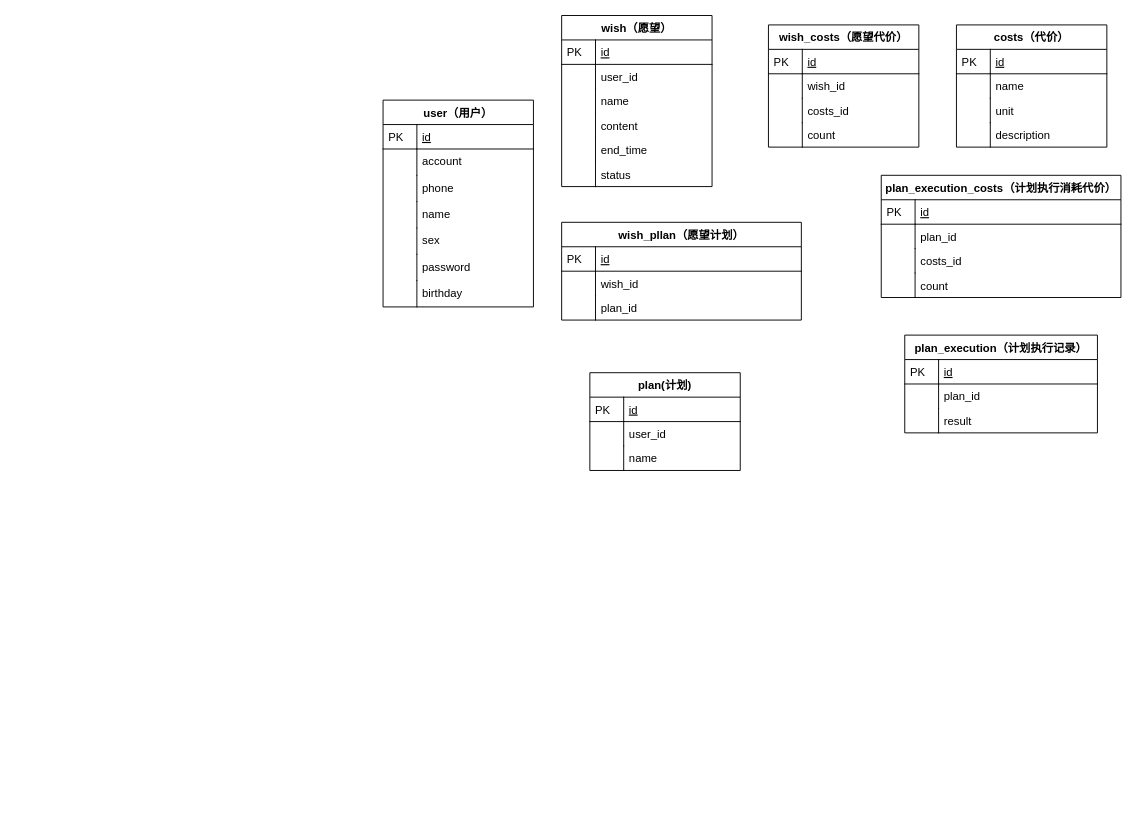
This is 人生管理系统.drawio from iceAcmen/myDesign, a draw.io file, before an edit. Source tidied: cells renumbered, new cells numbered last; positions are measured from the earlier drawing's top-left corner, leaving out a move shared by most shapes. Both pictures are drawn from the tidied source at 94%, with x=0, y=0 at pixel (383, 15).
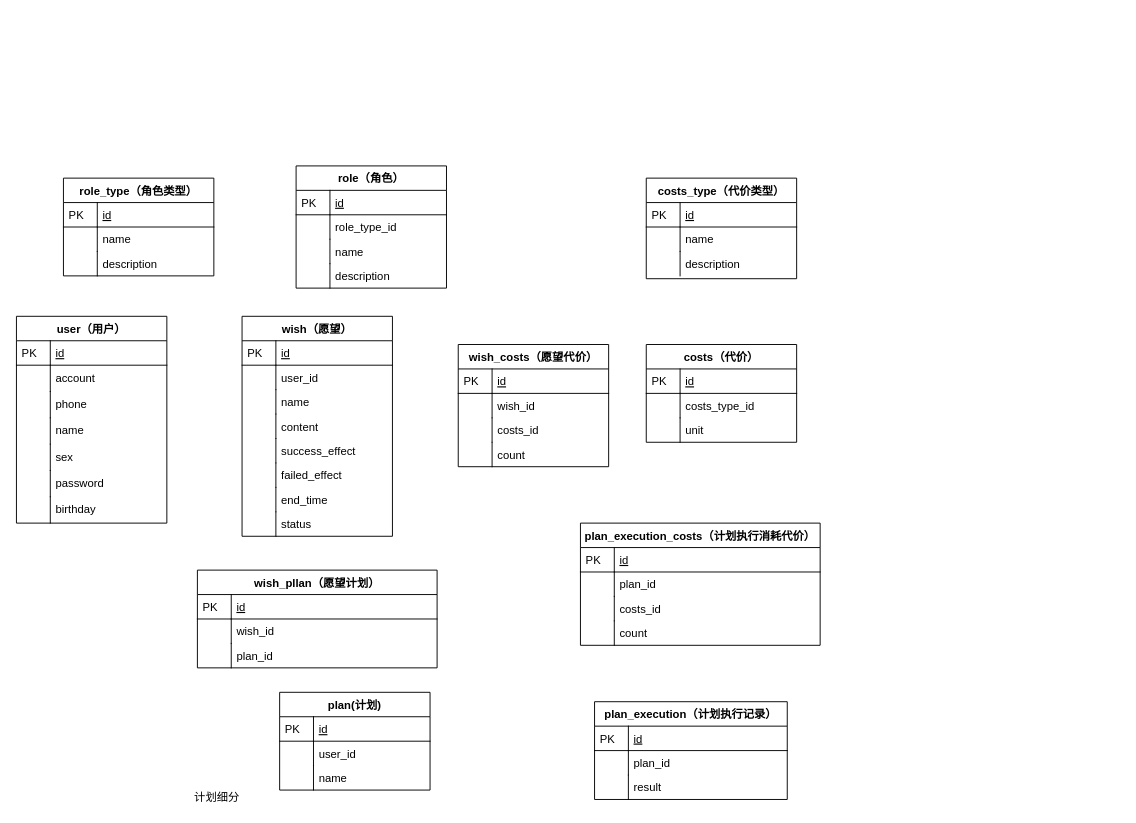
The same diagram, later.

Commit message (it also covers changes not shown here):
更新人生管理系统.drawio

Diff of the diagram source:
```diff
@@
     <mxCell id="2" value="user（用户）" style="swimlane;fontStyle=1;horizontal=1;startSize=26;rounded=0;shadow=0;strokeWidth=1;" parent="1" vertex="1">
-      <mxGeometry y="90" width="160" height="220" as="geometry" />
+      <mxGeometry x="-390" y="320" width="160" height="220" as="geometry" />
     </mxCell>
@@
     <mxCell id="17" value="plan(计划)" style="swimlane;fontStyle=1;horizontal=1;startSize=26;rounded=0;shadow=0;strokeWidth=1;" parent="1" vertex="1">
-      <mxGeometry x="220" y="380" width="160" height="104" as="geometry" />
+      <mxGeometry x="-110" y="720" width="160" height="104" as="geometry" />
     </mxCell>
@@
     <mxCell id="24" value="plan_execution（计划执行记录）" style="swimlane;fontStyle=1;horizontal=1;startSize=26;rounded=0;shadow=0;strokeWidth=1;" parent="1" vertex="1">
-      <mxGeometry x="555" y="340" width="205" height="104" as="geometry" />
+      <mxGeometry x="225" y="730" width="205" height="104" as="geometry" />
     </mxCell>
@@
     <mxCell id="31" value="wish（愿望）" style="swimlane;fontStyle=1;horizontal=1;startSize=26;rounded=0;shadow=0;strokeWidth=1;" parent="1" vertex="1">
-      <mxGeometry x="190" width="160" height="182" as="geometry" />
+      <mxGeometry x="-150" y="320" width="160" height="234" as="geometry" />
     </mxCell>
@@
+    <mxCell id="78" value="success_effect" style="shape=partialRectangle;top=0;left=0;right=0;bottom=0;align=left;verticalAlign=top;fillColor=none;spacingLeft=40;spacingRight=4;overflow=hidden;rounded=0;shadow=0;strokeWidth=1;" parent="31" vertex="1">
+      <mxGeometry y="130" width="160" height="26" as="geometry" />
+    </mxCell>
+    <mxCell id="79" style="shape=partialRectangle;top=0;left=0;bottom=0;fillColor=none;align=left;verticalAlign=top;spacingLeft=4;spacingRight=4;overflow=hidden;" parent="78" vertex="1">
+      <mxGeometry width="36" height="26" as="geometry" />
+    </mxCell>
+    <mxCell id="80" value="failed_effect" style="shape=partialRectangle;top=0;left=0;right=0;bottom=0;align=left;verticalAlign=top;fillColor=none;spacingLeft=40;spacingRight=4;overflow=hidden;rounded=0;shadow=0;strokeWidth=1;" parent="31" vertex="1">
+      <mxGeometry y="156" width="160" height="26" as="geometry" />
+    </mxCell>
+    <mxCell id="81" style="shape=partialRectangle;top=0;left=0;bottom=0;fillColor=none;align=left;verticalAlign=top;spacingLeft=4;spacingRight=4;overflow=hidden;" parent="80" vertex="1">
+      <mxGeometry width="36" height="26" as="geometry" />
+    </mxCell>
     <mxCell id="40" value="end_time" style="shape=partialRectangle;top=0;left=0;right=0;bottom=0;align=left;verticalAlign=top;fillColor=none;spacingLeft=40;spacingRight=4;overflow=hidden;rounded=0;shadow=0;strokeWidth=1;" parent="31" vertex="1">
-      <mxGeometry y="130" width="160" height="26" as="geometry" />
+      <mxGeometry y="182" width="160" height="26" as="geometry" />
     </mxCell>
@@
     <mxCell id="42" value="status" style="shape=partialRectangle;top=0;left=0;right=0;bottom=0;align=left;verticalAlign=top;fillColor=none;spacingLeft=40;spacingRight=4;overflow=hidden;rounded=0;shadow=0;strokeWidth=1;" parent="31" vertex="1">
-      <mxGeometry y="156" width="160" height="26" as="geometry" />
+      <mxGeometry y="208" width="160" height="26" as="geometry" />
     </mxCell>
@@
     <mxCell id="44" value="costs（代价）" style="swimlane;fontStyle=1;horizontal=1;startSize=26;rounded=0;shadow=0;strokeWidth=1;" parent="1" vertex="1">
-      <mxGeometry x="610" y="10" width="160" height="130" as="geometry" />
+      <mxGeometry x="280" y="350" width="160" height="104" as="geometry" />
     </mxCell>
@@
-    <mxCell id="47" value="name" style="shape=partialRectangle;top=0;left=0;right=0;bottom=0;align=left;verticalAlign=top;fillColor=none;spacingLeft=40;spacingRight=4;overflow=hidden;rounded=0;shadow=0;strokeWidth=1;" parent="44" vertex="1">
+    <mxCell id="47" value="costs_type_id" style="shape=partialRectangle;top=0;left=0;right=0;bottom=0;align=left;verticalAlign=top;fillColor=none;spacingLeft=40;spacingRight=4;overflow=hidden;rounded=0;shadow=0;strokeWidth=1;" parent="44" vertex="1">
       <mxGeometry y="52" width="160" height="26" as="geometry" />
     </mxCell>
@@
-    <mxCell id="51" value="description" style="shape=partialRectangle;top=0;left=0;right=0;bottom=0;align=left;verticalAlign=top;fillColor=none;spacingLeft=40;spacingRight=4;overflow=hidden;rounded=0;shadow=0;strokeWidth=1;" parent="44" vertex="1">
-      <mxGeometry y="104" width="160" height="26" as="geometry" />
-    </mxCell>
-    <mxCell id="52" style="shape=partialRectangle;top=0;left=0;bottom=0;fillColor=none;align=left;verticalAlign=top;spacingLeft=4;spacingRight=4;overflow=hidden;" parent="51" vertex="1">
-      <mxGeometry width="36" height="26" as="geometry" />
-    </mxCell>
     <mxCell id="53" value="wish_costs（愿望代价）" style="swimlane;fontStyle=1;horizontal=1;startSize=26;rounded=0;shadow=0;strokeWidth=1;" parent="1" vertex="1">
-      <mxGeometry x="410" y="10" width="160" height="130" as="geometry" />
+      <mxGeometry x="80" y="350" width="160" height="130" as="geometry" />
     </mxCell>
@@
     <mxCell id="62" value="plan_execution_costs（计划执行消耗代价）" style="swimlane;fontStyle=1;horizontal=1;startSize=26;rounded=0;shadow=0;strokeWidth=1;" parent="1" vertex="1">
-      <mxGeometry x="530" y="170" width="255" height="130" as="geometry" />
+      <mxGeometry x="210" y="540" width="255" height="130" as="geometry" />
     </mxCell>
@@
     <mxCell id="71" value="wish_pllan（愿望计划）" style="swimlane;fontStyle=1;horizontal=1;startSize=26;rounded=0;shadow=0;strokeWidth=1;" parent="1" vertex="1">
-      <mxGeometry x="190" y="220" width="255" height="104" as="geometry" />
+      <mxGeometry x="-197.5" y="590" width="255" height="104" as="geometry" />
     </mxCell>
@@
+    <mxCell id="82" value="role（角色）" style="swimlane;fontStyle=1;horizontal=1;startSize=26;rounded=0;shadow=0;strokeWidth=1;" parent="1" vertex="1">
+      <mxGeometry x="-92.5" y="160" width="160" height="130" as="geometry" />
+    </mxCell>
+    <mxCell id="83" value="id" style="shape=partialRectangle;top=0;left=0;right=0;bottom=1;align=left;verticalAlign=top;fillColor=none;spacingLeft=40;spacingRight=4;overflow=hidden;rounded=0;shadow=0;strokeWidth=1;fontStyle=4;" parent="82" vertex="1">
+      <mxGeometry y="26" width="160" height="26" as="geometry" />
+    </mxCell>
+    <mxCell id="84" value="PK" style="shape=partialRectangle;top=0;left=0;bottom=0;fillColor=none;align=left;verticalAlign=top;spacingLeft=4;spacingRight=4;overflow=hidden;" parent="83" vertex="1">
+      <mxGeometry width="36" height="26" as="geometry" />
+    </mxCell>
+    <mxCell id="85" value="role_type_id" style="shape=partialRectangle;top=0;left=0;right=0;bottom=0;align=left;verticalAlign=top;fillColor=none;spacingLeft=40;spacingRight=4;overflow=hidden;rounded=0;shadow=0;strokeWidth=1;" parent="82" vertex="1">
+      <mxGeometry y="52" width="160" height="26" as="geometry" />
+    </mxCell>
+    <mxCell id="86" style="shape=partialRectangle;top=0;left=0;bottom=0;fillColor=none;align=left;verticalAlign=top;spacingLeft=4;spacingRight=4;overflow=hidden;" parent="85" vertex="1">
+      <mxGeometry width="36" height="26" as="geometry" />
+    </mxCell>
+    <mxCell id="87" value="name" style="shape=partialRectangle;top=0;left=0;right=0;bottom=0;align=left;verticalAlign=top;fillColor=none;spacingLeft=40;spacingRight=4;overflow=hidden;rounded=0;shadow=0;strokeWidth=1;" parent="82" vertex="1">
+      <mxGeometry y="78" width="160" height="26" as="geometry" />
+    </mxCell>
+    <mxCell id="88" style="shape=partialRectangle;top=0;left=0;bottom=0;fillColor=none;align=left;verticalAlign=top;spacingLeft=4;spacingRight=4;overflow=hidden;" parent="87" vertex="1">
+      <mxGeometry width="36" height="26" as="geometry" />
+    </mxCell>
+    <mxCell id="51" value="description" style="shape=partialRectangle;top=0;left=0;right=0;bottom=0;align=left;verticalAlign=top;fillColor=none;spacingLeft=40;spacingRight=4;overflow=hidden;rounded=0;shadow=0;strokeWidth=1;" parent="82" vertex="1">
+      <mxGeometry y="104" width="160" height="26" as="geometry" />
+    </mxCell>
+    <mxCell id="89" style="shape=partialRectangle;top=0;left=0;bottom=0;fillColor=none;align=left;verticalAlign=top;spacingLeft=4;spacingRight=4;overflow=hidden;" parent="51" vertex="1">
+      <mxGeometry width="36" height="26" as="geometry" />
+    </mxCell>
+    <mxCell id="90" value="role_type（角色类型）" style="swimlane;fontStyle=1;horizontal=1;startSize=26;rounded=0;shadow=0;strokeWidth=1;" parent="1" vertex="1">
+      <mxGeometry x="-340" y="173" width="160" height="104" as="geometry" />
+    </mxCell>
+    <mxCell id="91" value="id" style="shape=partialRectangle;top=0;left=0;right=0;bottom=1;align=left;verticalAlign=top;fillColor=none;spacingLeft=40;spacingRight=4;overflow=hidden;rounded=0;shadow=0;strokeWidth=1;fontStyle=4;" parent="90" vertex="1">
+      <mxGeometry y="26" width="160" height="26" as="geometry" />
+    </mxCell>
+    <mxCell id="92" value="PK" style="shape=partialRectangle;top=0;left=0;bottom=0;fillColor=none;align=left;verticalAlign=top;spacingLeft=4;spacingRight=4;overflow=hidden;" parent="91" vertex="1">
+      <mxGeometry width="36" height="26" as="geometry" />
+    </mxCell>
+    <mxCell id="93" value="name" style="shape=partialRectangle;top=0;left=0;right=0;bottom=0;align=left;verticalAlign=top;fillColor=none;spacingLeft=40;spacingRight=4;overflow=hidden;rounded=0;shadow=0;strokeWidth=1;" parent="90" vertex="1">
+      <mxGeometry y="52" width="160" height="26" as="geometry" />
+    </mxCell>
+    <mxCell id="94" style="shape=partialRectangle;top=0;left=0;bottom=0;fillColor=none;align=left;verticalAlign=top;spacingLeft=4;spacingRight=4;overflow=hidden;" parent="93" vertex="1">
+      <mxGeometry width="36" height="26" as="geometry" />
+    </mxCell>
+    <mxCell id="95" value="description" style="shape=partialRectangle;top=0;left=0;right=0;bottom=0;align=left;verticalAlign=top;fillColor=none;spacingLeft=40;spacingRight=4;overflow=hidden;rounded=0;shadow=0;strokeWidth=1;" parent="90" vertex="1">
+      <mxGeometry y="78" width="160" height="26" as="geometry" />
+    </mxCell>
+    <mxCell id="96" style="shape=partialRectangle;top=0;left=0;bottom=0;fillColor=none;align=left;verticalAlign=top;spacingLeft=4;spacingRight=4;overflow=hidden;" parent="95" vertex="1">
+      <mxGeometry width="36" height="26" as="geometry" />
+    </mxCell>
+    <mxCell id="97" value="costs_type（代价类型）" style="swimlane;fontStyle=1;horizontal=1;startSize=26;rounded=0;shadow=0;strokeWidth=1;" parent="1" vertex="1">
+      <mxGeometry x="280" y="173" width="160" height="107" as="geometry" />
+    </mxCell>
+    <mxCell id="98" value="id" style="shape=partialRectangle;top=0;left=0;right=0;bottom=1;align=left;verticalAlign=top;fillColor=none;spacingLeft=40;spacingRight=4;overflow=hidden;rounded=0;shadow=0;strokeWidth=1;fontStyle=4;" parent="97" vertex="1">
+      <mxGeometry y="26" width="160" height="26" as="geometry" />
+    </mxCell>
+    <mxCell id="99" value="PK" style="shape=partialRectangle;top=0;left=0;bottom=0;fillColor=none;align=left;verticalAlign=top;spacingLeft=4;spacingRight=4;overflow=hidden;" parent="98" vertex="1">
+      <mxGeometry width="36" height="26" as="geometry" />
+    </mxCell>
+    <mxCell id="100" value="name" style="shape=partialRectangle;top=0;left=0;right=0;bottom=0;align=left;verticalAlign=top;fillColor=none;spacingLeft=40;spacingRight=4;overflow=hidden;rounded=0;shadow=0;strokeWidth=1;" parent="97" vertex="1">
+      <mxGeometry y="52" width="160" height="26" as="geometry" />
+    </mxCell>
+    <mxCell id="101" style="shape=partialRectangle;top=0;left=0;bottom=0;fillColor=none;align=left;verticalAlign=top;spacingLeft=4;spacingRight=4;overflow=hidden;" parent="100" vertex="1">
+      <mxGeometry width="36" height="26" as="geometry" />
+    </mxCell>
+    <mxCell id="102" value="description" style="shape=partialRectangle;top=0;left=0;right=0;bottom=0;align=left;verticalAlign=top;fillColor=none;spacingLeft=40;spacingRight=4;overflow=hidden;rounded=0;shadow=0;strokeWidth=1;" parent="97" vertex="1">
+      <mxGeometry y="78" width="160" height="26" as="geometry" />
+    </mxCell>
+    <mxCell id="103" style="shape=partialRectangle;top=0;left=0;bottom=0;fillColor=none;align=left;verticalAlign=top;spacingLeft=4;spacingRight=4;overflow=hidden;" parent="102" vertex="1">
+      <mxGeometry width="36" height="26" as="geometry" />
+    </mxCell>
+    <mxCell id="104" value="计划细分" style="text;html=1;align=center;verticalAlign=middle;" parent="1" vertex="1">
+      <mxGeometry x="-207" y="822" width="60" height="20" as="geometry" />
+    </mxCell>
```
